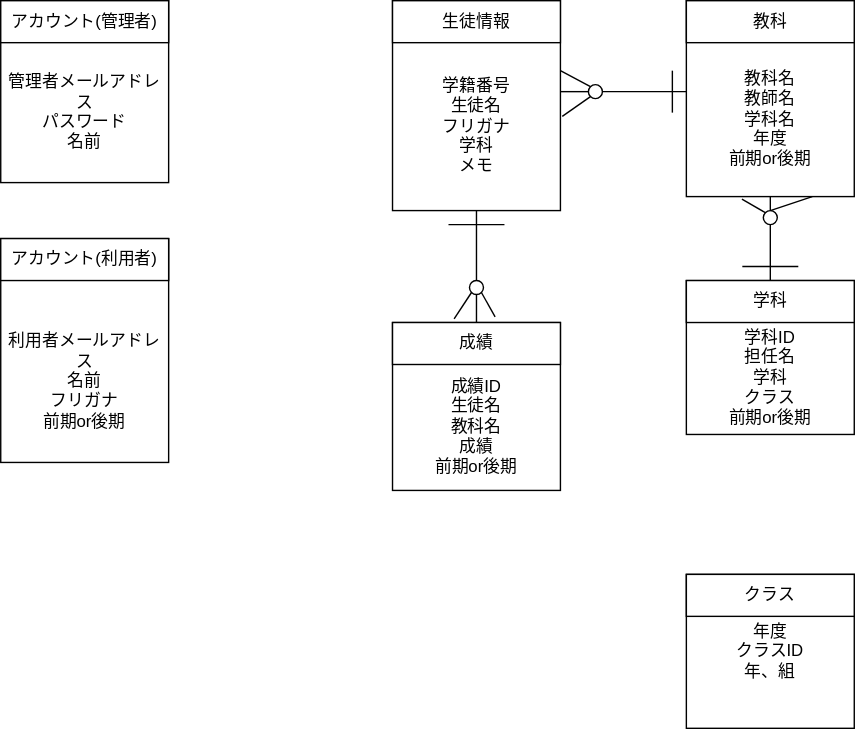
This is b.drawio.svg from nakamachiJP/uml-introduction, a draw.io export, as it was before one commit. Source tidied: cells renumbered, new cells last; positions are measured from the earlier drawing's top-left corner, leaving out a move shared by most shapes.
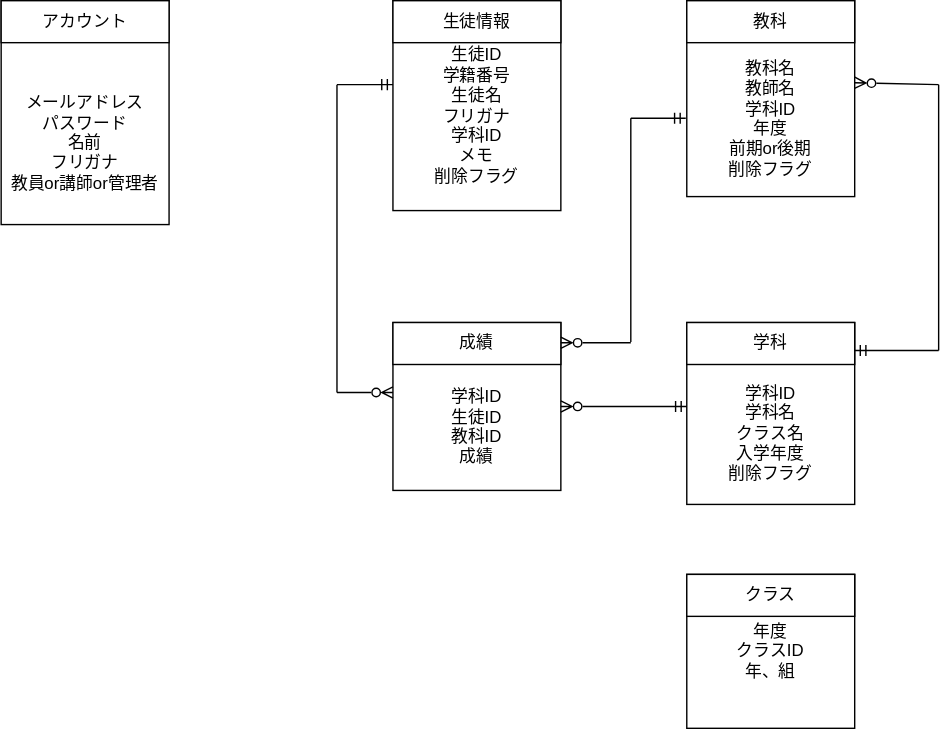
The same diagram one commit later.

The edit, as a diff of the source:
```diff
@@ -2,94 +2,36 @@
   <root>
     <mxCell id="0" />
     <mxCell id="1" parent="0" />
-    <mxCell id="2" value="&lt;br&gt;&lt;br&gt;管理者メールアドレス&lt;br&gt;パスワード&lt;br&gt;名前" style="rounded=0;whiteSpace=wrap;html=1;" parent="1" vertex="1">
-      <mxGeometry width="120" height="130" as="geometry" />
-    </mxCell>
-    <mxCell id="3" value="アカウント(管理者)" style="rounded=0;whiteSpace=wrap;html=1;" parent="1" vertex="1">
-      <mxGeometry width="120" height="30" as="geometry" />
-    </mxCell>
-    <mxCell id="4" value="&lt;br&gt;&lt;br&gt;&lt;br&gt;利用者メールアドレス&lt;br&gt;名前&lt;br&gt;フリガナ&lt;br&gt;前期or後期" style="rounded=0;whiteSpace=wrap;html=1;" parent="1" vertex="1">
-      <mxGeometry y="170" width="120" height="160" as="geometry" />
+    <mxCell id="4" value="&lt;br&gt;&lt;br&gt;&lt;br&gt;メールアドレス&lt;br&gt;パスワード&lt;br&gt;名前&lt;br&gt;フリガナ&lt;br&gt;教員or講師or管理者" style="rounded=0;whiteSpace=wrap;html=1;" parent="1" vertex="1">
+      <mxGeometry width="120" height="160" as="geometry" />
     </mxCell>
-    <mxCell id="5" value="アカウント(利用者)" style="rounded=0;whiteSpace=wrap;html=1;" parent="1" vertex="1">
-      <mxGeometry y="170" width="120" height="30" as="geometry" />
+    <mxCell id="5" value="アカウント" style="rounded=0;whiteSpace=wrap;html=1;" parent="1" vertex="1">
+      <mxGeometry width="120" height="30" as="geometry" />
     </mxCell>
-    <mxCell id="6" value="&lt;br&gt;&lt;br&gt;学籍番号&lt;br&gt;生徒名&lt;br&gt;フリガナ&lt;br&gt;学科&lt;br&gt;メモ" style="rounded=0;whiteSpace=wrap;html=1;" parent="1" vertex="1">
+    <mxCell id="6" value="&lt;br&gt;生徒ID&lt;br&gt;学籍番号&lt;br&gt;生徒名&lt;br&gt;フリガナ&lt;br&gt;学科ID&lt;br&gt;メモ&lt;br&gt;削除フラグ" style="rounded=0;whiteSpace=wrap;html=1;" parent="1" vertex="1">
       <mxGeometry x="280" width="120" height="150" as="geometry" />
     </mxCell>
     <mxCell id="7" value="生徒情報" style="rounded=0;whiteSpace=wrap;html=1;" parent="1" vertex="1">
       <mxGeometry x="280" width="120" height="30" as="geometry" />
     </mxCell>
-    <mxCell id="8" value="&lt;br&gt;&lt;br&gt;成績ID&lt;br&gt;生徒名&lt;br&gt;教科名&lt;br&gt;成績&lt;br&gt;前期or後期" style="rounded=0;whiteSpace=wrap;html=1;" parent="1" vertex="1">
+    <mxCell id="8" value="&lt;br&gt;&lt;br&gt;学科ID&lt;br&gt;生徒ID&lt;br&gt;教科ID&lt;br&gt;成績" style="rounded=0;whiteSpace=wrap;html=1;" parent="1" vertex="1">
       <mxGeometry x="280" y="230" width="120" height="120" as="geometry" />
     </mxCell>
     <mxCell id="9" value="成績" style="rounded=0;whiteSpace=wrap;html=1;" parent="1" vertex="1">
       <mxGeometry x="280" y="230" width="120" height="30" as="geometry" />
     </mxCell>
-    <mxCell id="10" value="&lt;br&gt;&lt;br&gt;教科名&lt;br&gt;教師名&lt;br&gt;学科名&lt;br&gt;年度&lt;br&gt;前期or後期" style="rounded=0;whiteSpace=wrap;html=1;" parent="1" vertex="1">
+    <mxCell id="10" value="&lt;br&gt;&lt;br&gt;教科名&lt;br&gt;教師名&lt;br&gt;学科ID&lt;br&gt;年度&lt;br&gt;前期or後期&lt;br&gt;削除フラグ" style="rounded=0;whiteSpace=wrap;html=1;" parent="1" vertex="1">
       <mxGeometry x="490" width="120" height="140" as="geometry" />
     </mxCell>
     <mxCell id="11" value="教科" style="rounded=0;whiteSpace=wrap;html=1;" parent="1" vertex="1">
       <mxGeometry x="490" width="120" height="30" as="geometry" />
     </mxCell>
-    <mxCell id="12" value="&lt;br&gt;&lt;br&gt;学科ID&lt;br&gt;担任名&lt;br&gt;学科&lt;br&gt;クラス&lt;br&gt;前期or後期" style="rounded=0;whiteSpace=wrap;html=1;" parent="1" vertex="1">
-      <mxGeometry x="490" y="200" width="120" height="110" as="geometry" />
+    <mxCell id="12" value="&lt;br&gt;&lt;br&gt;学科ID&lt;br&gt;学科名&lt;br&gt;クラス名&lt;br&gt;入学年度&lt;br&gt;削除フラグ" style="rounded=0;whiteSpace=wrap;html=1;" parent="1" vertex="1">
+      <mxGeometry x="490" y="230" width="120" height="130" as="geometry" />
     </mxCell>
     <mxCell id="13" value="学科" style="rounded=0;whiteSpace=wrap;html=1;" parent="1" vertex="1">
-      <mxGeometry x="490" y="200" width="120" height="30" as="geometry" />
+      <mxGeometry x="490" y="230" width="120" height="30" as="geometry" />
     </mxCell>
-    <mxCell id="14" style="endArrow=none;html=1;exitX=0.5;exitY=0;exitDx=0;exitDy=0;entryX=0.5;entryY=1;entryDx=0;entryDy=0;startArrow=none;" parent="1" edge="1" source="17" target="6">
-      <mxGeometry relative="1" as="geometry" />
-    </mxCell>
-    <mxCell id="15" style="endArrow=none;html=1;" parent="1" edge="1">
-      <mxGeometry relative="1" as="geometry">
-        <mxPoint x="320" y="160" as="sourcePoint" />
-        <mxPoint x="360" y="160" as="targetPoint" />
-      </mxGeometry>
-    </mxCell>
-    <mxCell id="16" style="endArrow=none;html=1;exitX=0.5;exitY=0;exitDx=0;exitDy=0;entryX=0.5;entryY=1;entryDx=0;entryDy=0;" parent="1" edge="1" source="9" target="17">
-      <mxGeometry relative="1" as="geometry" />
-    </mxCell>
-    <mxCell id="17" style="ellipse;whiteSpace=wrap;html=1;" parent="1" vertex="1">
-      <mxGeometry x="335" y="200" width="10" height="10" as="geometry" />
-    </mxCell>
-    <mxCell id="18" style="endArrow=none;html=1;entryX=0;entryY=1;entryDx=0;entryDy=0;exitX=0.367;exitY=-0.089;exitDx=0;exitDy=0;exitPerimeter=0;" parent="1" edge="1" source="9" target="17">
-      <mxGeometry relative="1" as="geometry" />
-    </mxCell>
-    <mxCell id="19" style="endArrow=none;html=1;entryX=1;entryY=1;entryDx=0;entryDy=0;exitX=0.611;exitY=-0.133;exitDx=0;exitDy=0;exitPerimeter=0;" parent="1" edge="1" source="9" target="17">
-      <mxGeometry relative="1" as="geometry" />
-    </mxCell>
-    <mxCell id="20" style="endArrow=none;html=1;startArrow=none;" parent="1" edge="1" source="23">
-      <mxGeometry relative="1" as="geometry">
-        <mxPoint x="490" y="65" as="targetPoint" />
-      </mxGeometry>
-    </mxCell>
-    <mxCell id="21" style="endArrow=none;html=1;" parent="1" edge="1">
-      <mxGeometry relative="1" as="geometry">
-        <mxPoint x="480" y="80" as="sourcePoint" />
-        <mxPoint x="480" y="50" as="targetPoint" />
-      </mxGeometry>
-    </mxCell>
-    <mxCell id="22" style="endArrow=none;html=1;" parent="1" edge="1" target="23">
-      <mxGeometry relative="1" as="geometry">
-        <mxPoint x="400" y="65" as="sourcePoint" />
-      </mxGeometry>
-    </mxCell>
-    <mxCell id="23" style="ellipse;whiteSpace=wrap;html=1;" parent="1" vertex="1">
-      <mxGeometry x="420" y="60" width="10" height="10" as="geometry" />
-    </mxCell>
-    <mxCell id="24" style="endArrow=none;html=1;entryX=0;entryY=0;entryDx=0;entryDy=0;exitX=1;exitY=0.333;exitDx=0;exitDy=0;exitPerimeter=0;" parent="1" edge="1" source="6" target="23">
-      <mxGeometry relative="1" as="geometry" />
-    </mxCell>
-    <mxCell id="25" style="endArrow=none;html=1;entryX=0;entryY=1;entryDx=0;entryDy=0;exitX=1.011;exitY=0.551;exitDx=0;exitDy=0;exitPerimeter=0;" parent="1" edge="1" source="6" target="23">
-      <mxGeometry relative="1" as="geometry" />
-    </mxCell>
-    <mxCell id="26" style="endArrow=none;html=1;" parent="1" edge="1">
-      <mxGeometry relative="1" as="geometry">
-        <mxPoint x="530" y="190" as="sourcePoint" />
-        <mxPoint x="570" y="190" as="targetPoint" />
-      </mxGeometry>
-    </mxCell>
     <mxCell id="27" value="年度&lt;br&gt;クラスID&lt;br&gt;年、組" style="rounded=0;whiteSpace=wrap;html=1;" parent="1" vertex="1">
       <mxGeometry x="490" y="410" width="120" height="110" as="geometry" />
     </mxCell>
@@ -102,22 +44,62 @@
         <mxPoint x="550" y="380" as="targetPoint" />
       </mxGeometry>
     </mxCell>
-    <mxCell id="30" style="endArrow=none;html=1;exitX=0.5;exitY=0;exitDx=0;exitDy=0;entryX=0.5;entryY=1;entryDx=0;entryDy=0;startArrow=none;" parent="1" edge="1" source="32" target="10">
-      <mxGeometry relative="1" as="geometry" />
-    </mxCell>
-    <mxCell id="31" style="endArrow=none;html=1;exitX=0.5;exitY=0;exitDx=0;exitDy=0;entryX=0.5;entryY=1;entryDx=0;entryDy=0;" parent="1" edge="1" source="13" target="32">
-      <mxGeometry relative="1" as="geometry" />
-    </mxCell>
-    <mxCell id="32" style="ellipse;whiteSpace=wrap;html=1;" parent="1" vertex="1">
-      <mxGeometry x="545" y="150" width="10" height="10" as="geometry" />
-    </mxCell>
-    <mxCell id="33" style="endArrow=none;html=1;exitX=0;exitY=0;exitDx=0;exitDy=0;entryX=0.331;entryY=1.013;entryDx=0;entryDy=0;entryPerimeter=0;" parent="1" edge="1" source="32" target="10">
-      <mxGeometry relative="1" as="geometry" />
-    </mxCell>
-    <mxCell id="34" style="endArrow=none;html=1;entryX=0.75;entryY=1;entryDx=0;entryDy=0;" parent="1" edge="1" target="10">
-      <mxGeometry relative="1" as="geometry">
-        <mxPoint x="550" y="150" as="sourcePoint" />
-      </mxGeometry>
-    </mxCell>
+    <mxCell id="35" style="endArrow=none;html=1;" parent="1" edge="1">
+      <mxGeometry relative="1" as="geometry">
+        <mxPoint x="240" y="280" as="sourcePoint" />
+        <mxPoint x="240" y="60" as="targetPoint" />
+      </mxGeometry>
+    </mxCell>
+    <mxCell id="36" style="endArrow=ERmandOne;html=1;endFill=0;" parent="1" edge="1">
+      <mxGeometry relative="1" as="geometry">
+        <mxPoint x="240" y="60" as="sourcePoint" />
+        <mxPoint x="280" y="60" as="targetPoint" />
+      </mxGeometry>
+    </mxCell>
+    <mxCell id="37" style="endArrow=ERzeroToMany;html=1;endFill=0;" parent="1" edge="1">
+      <mxGeometry relative="1" as="geometry">
+        <mxPoint x="240" y="280" as="sourcePoint" />
+        <mxPoint x="280" y="280" as="targetPoint" />
+      </mxGeometry>
+    </mxCell>
+    <mxCell id="38" style="endArrow=none;html=1;" parent="1" edge="1">
+      <mxGeometry relative="1" as="geometry">
+        <mxPoint x="670" y="250" as="sourcePoint" />
+        <mxPoint x="670" y="60" as="targetPoint" />
+      </mxGeometry>
+    </mxCell>
+    <mxCell id="39" style="endArrow=none;html=1;startArrow=ERzeroToMany;exitX=1;exitY=0.419;exitDx=0;exitDy=0;exitPerimeter=0;startFill=0;" parent="1" edge="1" source="10">
+      <mxGeometry relative="1" as="geometry">
+        <mxPoint x="670" y="60" as="targetPoint" />
+      </mxGeometry>
+    </mxCell>
+    <mxCell id="40" style="endArrow=none;html=1;startArrow=ERmandOne;startFill=0;" parent="1" edge="1">
+      <mxGeometry relative="1" as="geometry">
+        <mxPoint x="610" y="250" as="sourcePoint" />
+        <mxPoint x="670" y="250" as="targetPoint" />
+      </mxGeometry>
+    </mxCell>
+    <mxCell id="41" style="endArrow=ERmandOne;html=1;exitX=1;exitY=0.5;exitDx=0;exitDy=0;endFill=0;startArrow=ERzeroToMany;startFill=0;" parent="1" edge="1" source="8">
+      <mxGeometry relative="1" as="geometry">
+        <mxPoint x="490" y="290" as="targetPoint" />
+      </mxGeometry>
+    </mxCell>
+    <mxCell id="42" style="endArrow=ERmandOne;html=1;entryX=-0.006;entryY=0.6;entryDx=0;entryDy=0;entryPerimeter=0;endFill=0;" parent="1" edge="1" target="10">
+      <mxGeometry relative="1" as="geometry">
+        <mxPoint x="450" y="84" as="sourcePoint" />
+      </mxGeometry>
+    </mxCell>
+    <mxCell id="43" style="endArrow=none;html=1;" parent="1" edge="1">
+      <mxGeometry relative="1" as="geometry">
+        <mxPoint x="450" y="244" as="sourcePoint" />
+        <mxPoint x="450" y="84" as="targetPoint" />
+      </mxGeometry>
+    </mxCell>
+    <mxCell id="44" style="endArrow=none;html=1;startArrow=ERzeroToMany;startFill=0;" parent="1" edge="1">
+      <mxGeometry relative="1" as="geometry">
+        <mxPoint x="400" y="244.5" as="sourcePoint" />
+        <mxPoint x="450" y="244.5" as="targetPoint" />
+      </mxGeometry>
+    </mxCell>
   </root>
 </mxGraphModel>
```
